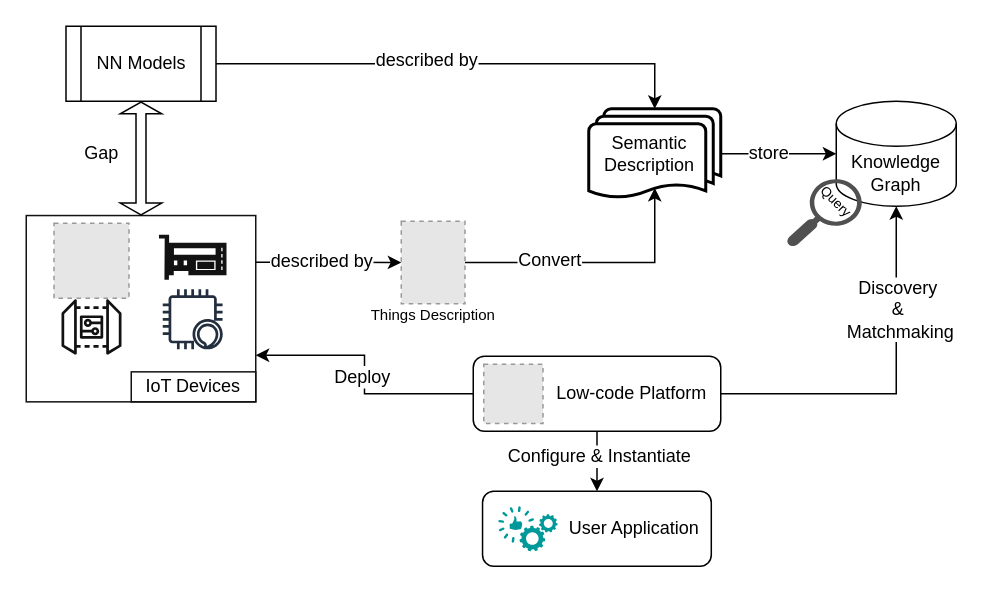
Before: ISWC_Framework.drawio in Haoyu-R/appendix, a draw.io diagram. Source tidied: cells renumbered, new cells numbered last; positions are measured from the earlier drawing's top-left corner, leaving out a move shared by most shapes. Both pictures are drawn from the tidied source at 150%, with x=0, y=0 at pixel (26, 26). Pictures stored in the file or linked from it are replaced by grey dashed boxes.
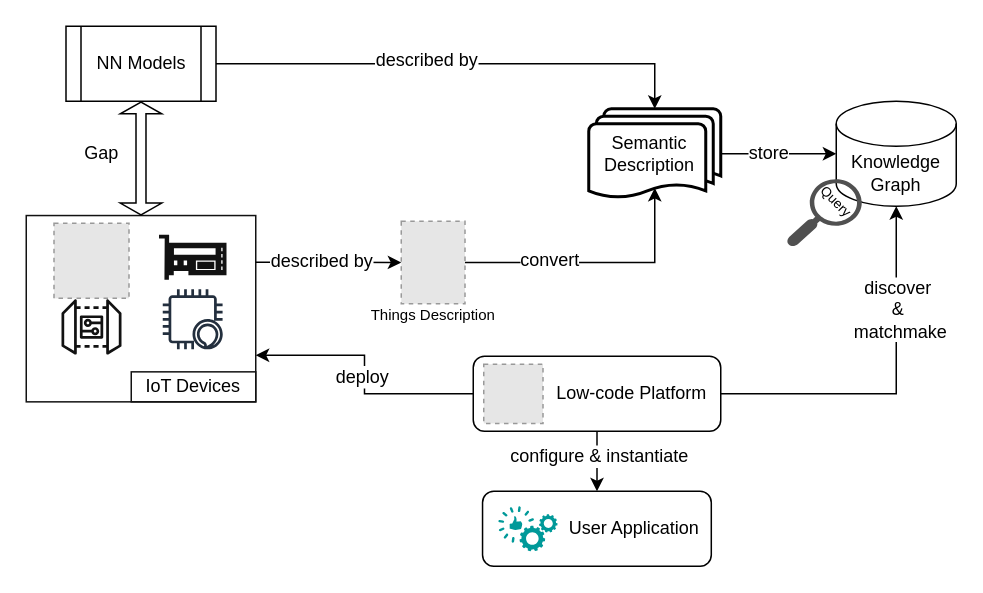
Above is the later version.

Unchanged cells that the change refers to:
```xml
<mxCell id="10" style="edgeStyle=orthogonalEdgeStyle;rounded=0;jettySize=auto;html=1;entryX=0.5;entryY=0.88;entryDx=0;entryDy=0;entryPerimeter=0;fontSize=12;" parent="1" edge="1" source="31" target="7">
  <mxGeometry relative="1" as="geometry" />
</mxCell>
<mxCell id="25" style="edgeStyle=orthogonalEdgeStyle;rounded=0;jettySize=auto;html=1;exitX=1;exitY=0.5;exitDx=0;exitDy=0;entryX=0.5;entryY=1;entryDx=0;entryDy=0;entryPerimeter=0;fontSize=12;" parent="1" edge="1" source="14" target="8">
  <mxGeometry relative="1" as="geometry" />
</mxCell>
<mxCell id="27" style="edgeStyle=orthogonalEdgeStyle;rounded=0;jettySize=auto;html=1;exitX=0;exitY=0.5;exitDx=0;exitDy=0;entryX=1;entryY=0.75;entryDx=0;entryDy=0;fontSize=12;" parent="1" edge="1" source="14" target="21">
  <mxGeometry relative="1" as="geometry" />
</mxCell>
<mxCell id="29" style="edgeStyle=orthogonalEdgeStyle;rounded=0;jettySize=auto;html=1;exitX=0.5;exitY=1;exitDx=0;exitDy=0;entryX=0.5;entryY=0;entryDx=0;entryDy=0;fontSize=12;" parent="1" edge="1" source="14">
  <mxGeometry relative="1" as="geometry">
    <mxPoint x="380.5" y="310" as="targetPoint" />
  </mxGeometry>
</mxCell>
```

Diff of the diagram source:
```diff
@@
-    <mxCell id="11" value="Convert" style="edgeLabel;html=1;align=center;verticalAlign=middle;fontSize=12;" parent="10" vertex="1">
+    <mxCell id="11" value="convert" style="edgeLabel;html=1;align=center;verticalAlign=middle;fontSize=12;" parent="10" vertex="1">
       <mxGeometry x="-0.17" relative="1" as="geometry">
         <mxPoint x="-17" y="-2" as="offset" />
       </mxGeometry>
     </mxCell>
@@
-    <mxCell id="26" value="&lt;div&gt;Discovery &lt;br&gt;&lt;/div&gt;&lt;div&gt;&amp;amp;&lt;/div&gt;&lt;div&gt;&amp;nbsp;Matchmaking&lt;/div&gt;" style="edgeLabel;html=1;align=center;verticalAlign=middle;fontSize=12;" parent="25" vertex="1">
+    <mxCell id="26" value="&lt;div&gt;discover &lt;br&gt;&lt;/div&gt;&lt;div&gt;&amp;amp;&lt;/div&gt;&lt;div&gt;&amp;nbsp;matchmake&lt;/div&gt;" style="edgeLabel;html=1;align=center;verticalAlign=middle;fontSize=12;" parent="25" vertex="1">
       <mxGeometry x="0.52" y="-1" relative="1" as="geometry">
         <mxPoint x="-1" y="10" as="offset" />
       </mxGeometry>
     </mxCell>
@@
-    <mxCell id="28" value="Deploy" style="edgeLabel;html=1;align=center;verticalAlign=middle;fontSize=12;" parent="27" vertex="1">
+    <mxCell id="28" value="deploy" style="edgeLabel;html=1;align=center;verticalAlign=middle;fontSize=12;" parent="27" vertex="1">
       <mxGeometry x="0.07" y="2" relative="1" as="geometry">
         <mxPoint y="7" as="offset" />
       </mxGeometry>
     </mxCell>
@@
-    <mxCell id="30" value="Configure &amp;amp; Instantiate" style="edgeLabel;html=1;align=center;verticalAlign=middle;fontSize=12;" parent="29" vertex="1">
+    <mxCell id="30" value="configure &amp;amp; instantiate" style="edgeLabel;html=1;align=center;verticalAlign=middle;fontSize=12;" parent="29" vertex="1">
       <mxGeometry x="0.23" y="-2" relative="1" as="geometry">
         <mxPoint x="3" y="-8" as="offset" />
       </mxGeometry>
     </mxCell>
```
